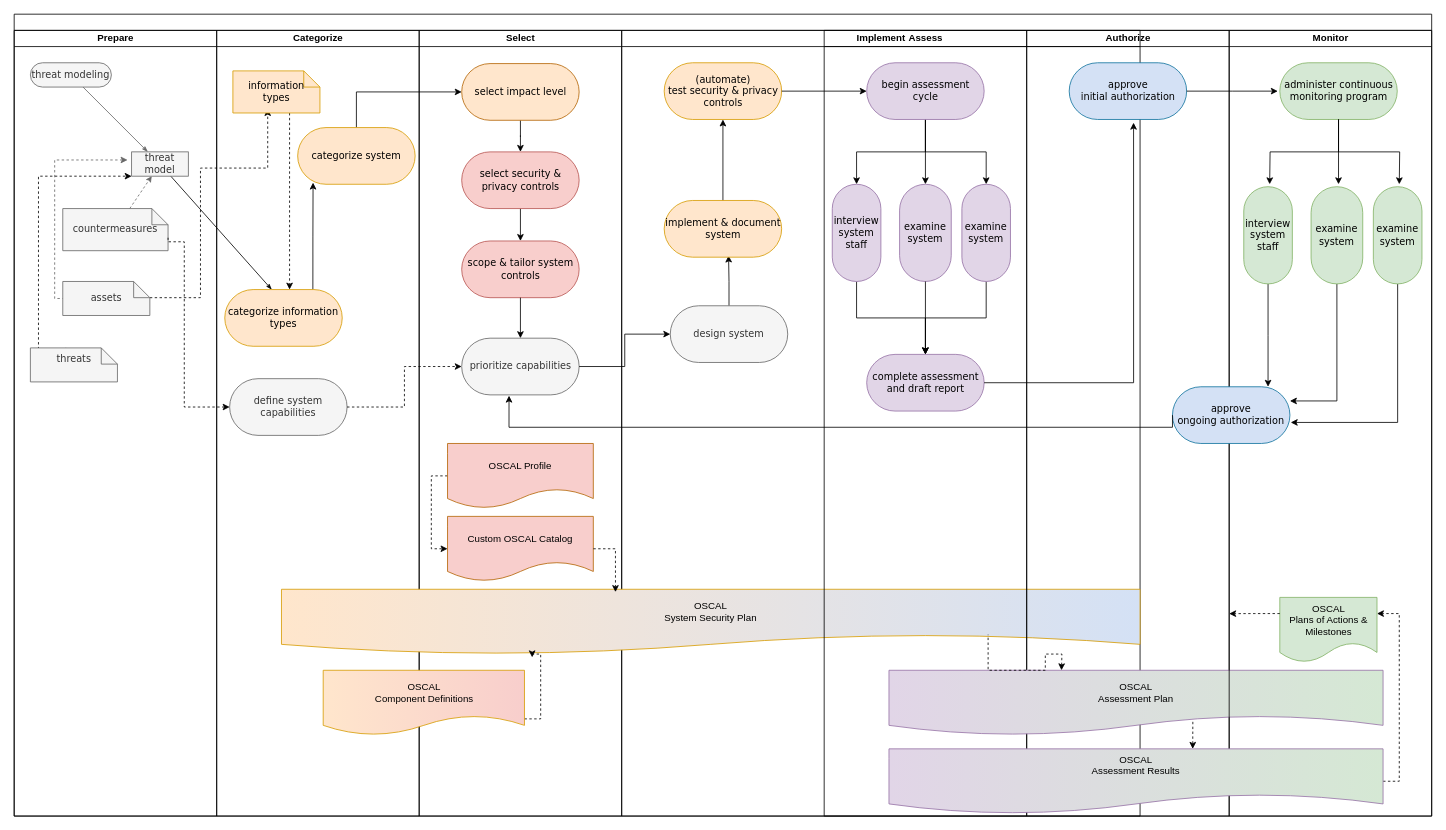
aj-stein/notebook keeps this draw.io diagram as diagramming/OSCAL_DevSecOps.drawio. Above is the earlier version. Source tidied: cells renumbered, new cells numbered last; positions are measured from the earlier drawing's top-left corner, leaving out a move shared by most shapes. Both pictures are drawn from the tidied source at 81%, with x=0, y=0 at pixel (14, 14).
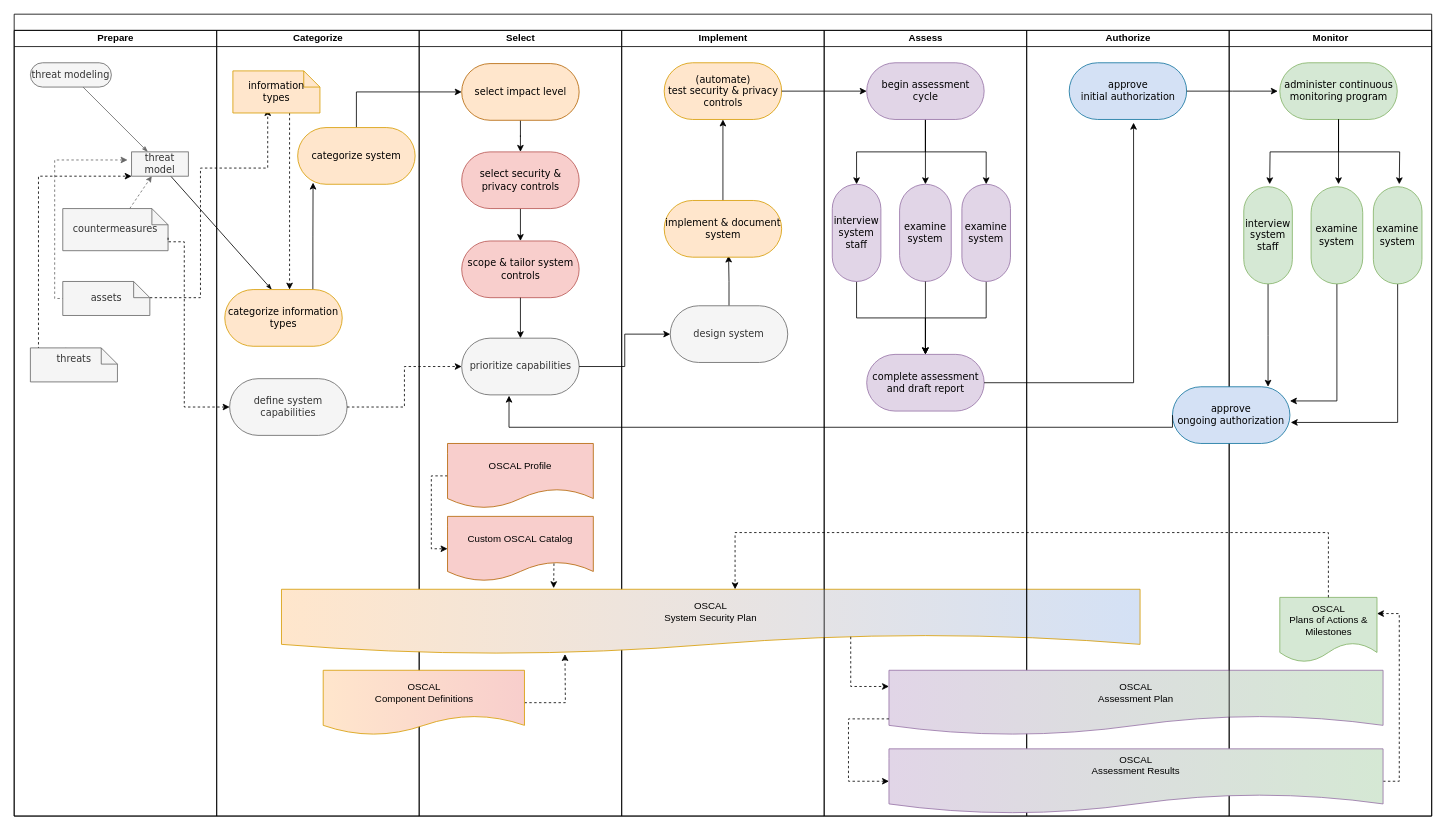
Above is the later version.

Commit message:
More arrow and logical flow cleanup.

The change refers to these unchanged cells:
```xml
<mxCell id="35" value="Custom OSCAL Catalog" style="shape=document;whiteSpace=wrap;html=1;boundedLbl=1;fillColor=#F8CECC;strokeColor=#b46504;gradientColor=none;gradientDirection=east;" parent="25" vertex="1">
  <mxGeometry x="35" y="600" width="180" height="80" as="geometry" />
</mxCell>
<mxCell id="42" value="&lt;div&gt;OSCAL&lt;br&gt;&lt;/div&gt;&lt;div&gt;System Security Plan&lt;/div&gt;" style="shape=document;whiteSpace=wrap;html=1;boundedLbl=1;fillColor=#FFE6CC;strokeColor=#d79b00;gradientColor=#D4E1F5;gradientDirection=east;" parent="36" vertex="1">
  <mxGeometry x="-420" y="690" width="1060" height="80" as="geometry" />
</mxCell>
<mxCell id="58" value="&lt;div&gt;OSCAL&lt;br&gt;Assessment Plan&lt;/div&gt;" style="shape=document;whiteSpace=wrap;html=1;boundedLbl=1;fillColor=#e1d5e7;strokeColor=#9673a6;gradientColor=#D5E8D4;gradientDirection=east;" parent="56" vertex="1">
  <mxGeometry x="-170" y="790" width="610" height="80" as="geometry" />
</mxCell>
<mxCell id="63" value="OSCAL&lt;br&gt;Plans of Actions &amp;amp; Milestones" style="shape=document;whiteSpace=wrap;html=1;boundedLbl=1;fillColor=#d5e8d4;strokeColor=#82b366;" parent="60" vertex="1">
  <mxGeometry x="62.5" y="700" width="120" height="80" as="geometry" />
</mxCell>
<mxCell id="78" value="&lt;div&gt;OSCAL&lt;/div&gt;&lt;div&gt;Component Definitions&lt;/div&gt;" style="shape=document;whiteSpace=wrap;html=1;boundedLbl=1;fillColor=#FFE6CC;strokeColor=#d79b00;gradientColor=#F8CECC;gradientDirection=east;" parent="1" vertex="1">
  <mxGeometry x="381.5" y="810" width="248.5" height="80" as="geometry" />
</mxCell>
<mxCell id="83" value="&lt;div&gt;OSCAL&lt;br&gt;Assessment Results&lt;/div&gt;&lt;div&gt;&lt;br&gt;&lt;/div&gt;" style="shape=document;whiteSpace=wrap;html=1;boundedLbl=1;fillColor=#e1d5e7;strokeColor=#9673a6;gradientColor=#D5E8D4;gradientDirection=east;" parent="1" vertex="1">
  <mxGeometry x="1080" y="907" width="610" height="80" as="geometry" />
</mxCell>
```

Change to the diagram source:
```diff
@@
     <mxCell id="36" value="Implement" style="swimlane;html=1;startSize=20;fillColor=none;" parent="1" vertex="1">
-      <mxGeometry x="750" y="20" width="640" height="970" as="geometry" />
+      <mxGeometry x="750" y="20" width="250" height="970" as="geometry" />
     </mxCell>
@@
-    <mxCell id="77" style="edgeStyle=orthogonalEdgeStyle;rounded=0;jettySize=auto;html=1;exitX=1;exitY=0.75;exitDx=0;exitDy=0;entryX=0.292;entryY=1.05;entryDx=0;entryDy=0;entryPerimeter=0;dashed=1;startArrow=none;startFill=0;endArrow=classic;endFill=1;" parent="1" edge="1" source="78" target="42">
-      <mxGeometry relative="1" as="geometry" />
-    </mxCell>
+    <mxCell id="85" style="edgeStyle=orthogonalEdgeStyle;rounded=0;jettySize=auto;html=1;dashed=1;startArrow=none;startFill=0;endArrow=classic;endFill=1;" parent="1" edge="1" source="78">
+      <mxGeometry relative="1" as="geometry">
+        <mxPoint x="680" y="790" as="targetPoint" />
+      </mxGeometry>
+    </mxCell>
@@
-    <mxCell id="79" style="edgeStyle=orthogonalEdgeStyle;rounded=0;jettySize=auto;html=1;exitX=1;exitY=0.5;exitDx=0;exitDy=0;entryX=0.389;entryY=0.043;entryDx=0;entryDy=0;entryPerimeter=0;dashed=1;startArrow=none;startFill=0;endArrow=classic;endFill=1;" parent="1" edge="1" source="35" target="42">
+    <mxCell id="79" style="edgeStyle=orthogonalEdgeStyle;rounded=0;jettySize=auto;html=1;exitX=0.73;exitY=0.727;exitDx=0;exitDy=0;entryX=0.317;entryY=-0.017;entryDx=0;entryDy=0;entryPerimeter=0;dashed=1;startArrow=none;startFill=0;endArrow=classic;endFill=1;exitPerimeter=0;" parent="1" edge="1" source="35" target="42">
       <mxGeometry relative="1" as="geometry" />
     </mxCell>
-    <mxCell id="80" style="edgeStyle=orthogonalEdgeStyle;rounded=0;jettySize=auto;html=1;dashed=1;startArrow=classic;startFill=1;endArrow=none;endFill=0;entryX=0.823;entryY=0.7;entryDx=0;entryDy=0;entryPerimeter=0;" parent="1" edge="1" target="42">
-      <mxGeometry relative="1" as="geometry">
-        <mxPoint x="1293" y="810" as="sourcePoint" />
-      </mxGeometry>
-    </mxCell>
-    <mxCell id="81" style="edgeStyle=orthogonalEdgeStyle;rounded=0;jettySize=auto;html=1;entryX=0.615;entryY=0.77;entryDx=0;entryDy=0;entryPerimeter=0;dashed=1;startArrow=classic;startFill=1;endArrow=none;endFill=0;" parent="1" edge="1" target="58">
-      <mxGeometry relative="1" as="geometry">
-        <mxPoint x="1455" y="907" as="sourcePoint" />
-        <Array as="points">
-          <mxPoint x="1455" y="907" />
-        </Array>
-      </mxGeometry>
-    </mxCell>
@@
-    <mxCell id="84" style="edgeStyle=orthogonalEdgeStyle;rounded=0;jettySize=auto;html=1;exitX=0;exitY=0.25;exitDx=0;exitDy=0;dashed=1;startArrow=none;startFill=0;endArrow=classic;endFill=1;" parent="1" edge="1" source="63">
-      <mxGeometry relative="1" as="geometry">
-        <mxPoint x="1500" y="740.1" as="targetPoint" />
-      </mxGeometry>
-    </mxCell>
+    <mxCell id="86" style="edgeStyle=orthogonalEdgeStyle;rounded=0;jettySize=auto;html=1;entryX=0;entryY=0.25;entryDx=0;entryDy=0;dashed=1;startArrow=none;startFill=0;endArrow=classic;endFill=1;exitX=0.663;exitY=0.733;exitDx=0;exitDy=0;exitPerimeter=0;" parent="1" edge="1" source="42" target="58">
+      <mxGeometry relative="1" as="geometry" />
+    </mxCell>
+    <mxCell id="87" style="edgeStyle=orthogonalEdgeStyle;rounded=0;jettySize=auto;html=1;entryX=0;entryY=0.5;entryDx=0;entryDy=0;dashed=1;startArrow=none;startFill=0;endArrow=classic;endFill=1;exitX=0;exitY=0.75;exitDx=0;exitDy=0;" parent="1" edge="1" source="58" target="83">
+      <mxGeometry relative="1" as="geometry">
+        <Array as="points">
+          <mxPoint x="1030" y="870" />
+          <mxPoint x="1030" y="947" />
+        </Array>
+      </mxGeometry>
+    </mxCell>
+    <mxCell id="88" style="edgeStyle=orthogonalEdgeStyle;rounded=0;jettySize=auto;html=1;dashed=1;startArrow=none;startFill=0;endArrow=classic;endFill=1;" parent="1" edge="1" source="63">
+      <mxGeometry relative="1" as="geometry">
+        <mxPoint x="890" y="710" as="targetPoint" />
+        <Array as="points">
+          <mxPoint x="1622" y="640" />
+          <mxPoint x="890" y="640" />
+        </Array>
+      </mxGeometry>
+    </mxCell>
```
